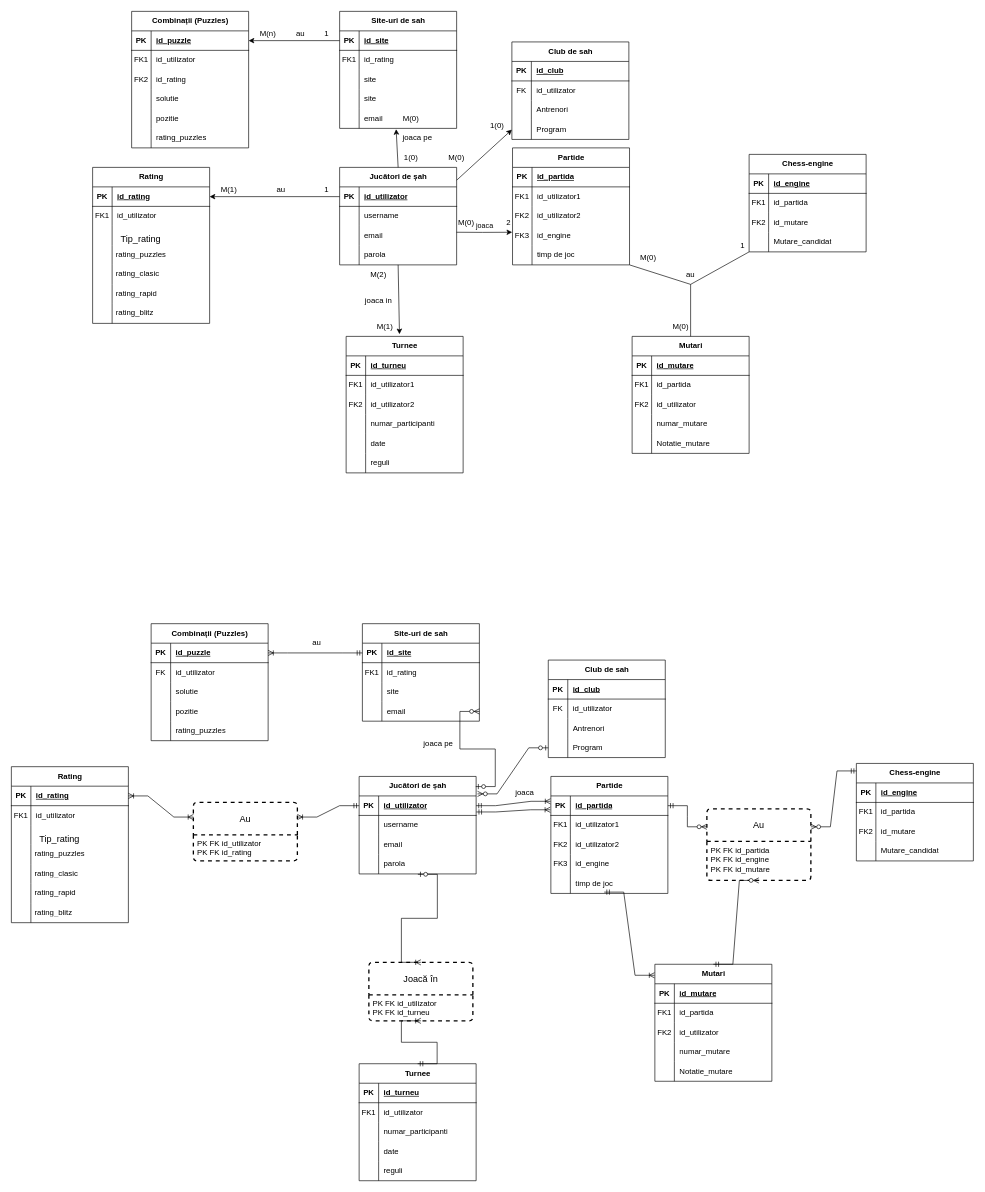
CiprianVlad/facultate keeps this draw.io diagram as Anul1/Semestrul 2/BD/proiect/Sah.drawio. Above is the earlier version. Source tidied: cells renumbered, new cells numbered last; positions are measured from the earlier drawing's top-left corner, leaving out a move shared by most shapes. Both pictures are drawn from the tidied source at 65%, with x=0, y=0 at pixel (11, 11).
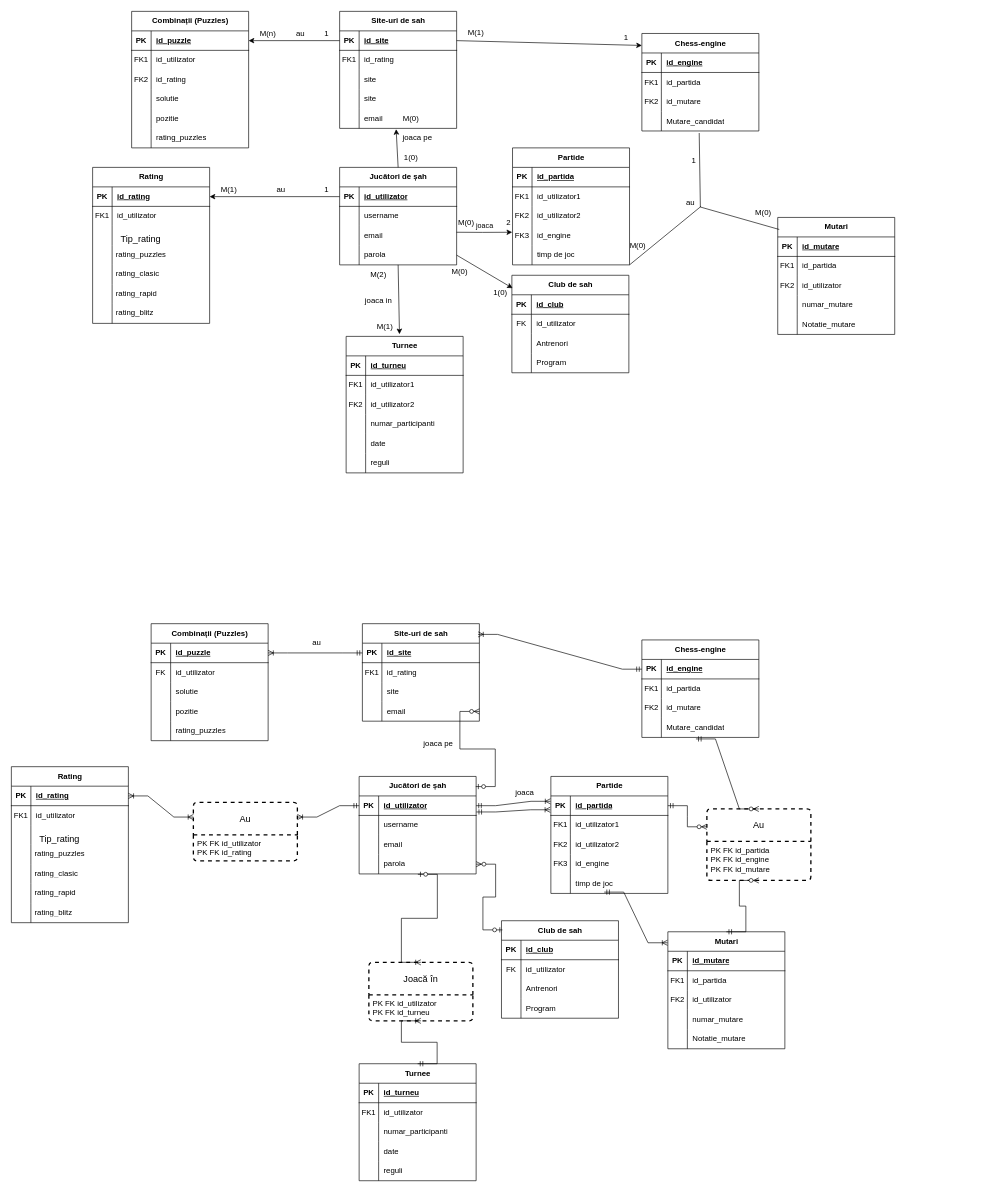
After the change.

Unchanged cells that the change refers to:
```xml
<mxCell id="2" value="Jucători de șah" style="shape=table;startSize=30;childLayout=tableLayout;rowLines=0;fontStyle=1;align=center;html=1;" parent="1" vertex="1">
  <mxGeometry x="505" y="240" width="180" height="150" as="geometry" />
</mxCell>
<mxCell id="12" style="shape=tableRow;horizontal=0;startSize=0;swimlaneHead=0;swimlaneBody=0;fillColor=none;points=[[0,0.5],[1,0.5]];portConstraint=eastwest;top=0;left=0;right=0;bottom=0;" parent="2" vertex="1">
  <mxGeometry y="120" width="180" height="30" as="geometry" />
</mxCell>
<mxCell id="15" value="Partide" style="shape=table;startSize=30;childLayout=tableLayout;rowLines=0;fontStyle=1;align=center;html=1;" parent="1" vertex="1">
  <mxGeometry x="771" y="210" width="180" height="180" as="geometry" />
</mxCell>
<mxCell id="32" style="shape=tableRow;horizontal=0;startSize=0;swimlaneHead=0;swimlaneBody=0;fillColor=none;points=[[0,0.5],[1,0.5]];portConstraint=eastwest;top=0;left=0;right=0;bottom=1;" parent="31" vertex="1">
  <mxGeometry y="30" width="180" height="30" as="geometry" />
</mxCell>
<mxCell id="57" style="shape=tableRow;horizontal=0;startSize=0;swimlaneHead=0;swimlaneBody=0;fillColor=none;points=[[0,0.5],[1,0.5]];portConstraint=eastwest;top=0;left=0;right=0;bottom=0;" parent="47" vertex="1">
  <mxGeometry y="120" width="180" height="30" as="geometry" />
</mxCell>
<mxCell id="159" value="Jucători de șah" style="shape=table;startSize=30;childLayout=tableLayout;rowLines=0;fontStyle=1;align=center;html=1;" parent="1" vertex="1">
  <mxGeometry x="535" y="1177" width="180" height="150" as="geometry" />
</mxCell>
<mxCell id="169" style="shape=tableRow;horizontal=0;startSize=0;swimlaneHead=0;swimlaneBody=0;fillColor=none;points=[[0,0.5],[1,0.5]];portConstraint=eastwest;top=0;left=0;right=0;bottom=0;" parent="159" vertex="1">
  <mxGeometry y="120" width="180" height="30" as="geometry" />
</mxCell>
<mxCell id="188" value="Site-uri de sah" style="shape=table;startSize=30;childLayout=tableLayout;rowLines=0;fontStyle=1;align=center;html=1;" parent="1" vertex="1">
  <mxGeometry x="540" y="942" width="180" height="150" as="geometry" />
</mxCell>
<mxCell id="202" style="shape=tableRow;horizontal=0;startSize=0;swimlaneHead=0;swimlaneBody=0;fillColor=none;points=[[0,0.5],[1,0.5]];portConstraint=eastwest;top=0;left=0;right=0;bottom=1;" parent="201" vertex="1">
  <mxGeometry y="30" width="180" height="30" as="geometry" />
</mxCell>
<mxCell id="211" style="shape=tableRow;horizontal=0;startSize=0;swimlaneHead=0;swimlaneBody=0;fillColor=none;points=[[0,0.5],[1,0.5]];portConstraint=eastwest;top=0;left=0;right=0;bottom=0;" parent="201" vertex="1">
  <mxGeometry y="120" width="180" height="30" as="geometry" />
</mxCell>
<mxCell id="263" value="Au" style="swimlane;horizontal=1;startSize=50;rounded=1;fontSize=14;fontStyle=0;strokeWidth=2;shadow=0;dashed=1;align=center;arcSize=4;whiteSpace=wrap;html=1;" parent="1" vertex="1">
  <mxGeometry x="1070" y="1227" width="160" height="110" as="geometry" />
</mxCell>
<mxCell id="329" style="shape=tableRow;horizontal=0;startSize=0;swimlaneHead=0;swimlaneBody=0;fillColor=none;points=[[0,0.5],[1,0.5]];portConstraint=eastwest;top=0;left=0;right=0;bottom=0;" parent="319" vertex="1">
  <mxGeometry y="120" width="180" height="30" as="geometry" />
</mxCell>
<mxCell id="345" style="shape=tableRow;horizontal=0;startSize=0;swimlaneHead=0;swimlaneBody=0;fillColor=none;points=[[0,0.5],[1,0.5]];portConstraint=eastwest;top=0;left=0;right=0;bottom=0;" parent="335" vertex="1">
  <mxGeometry y="120" width="180" height="30" as="geometry" />
</mxCell>
```

Change to the diagram source:
```diff
@@
     <mxCell id="47" value="Chess-engine" style="shape=table;startSize=30;childLayout=tableLayout;rowLines=0;fontStyle=1;align=center;html=1;" parent="1" vertex="1">
-      <mxGeometry x="1135" y="220" width="180" height="150" as="geometry" />
+      <mxGeometry x="970" y="34" width="180" height="150" as="geometry" />
     </mxCell>
@@
     <mxCell id="60" value="Mutari" style="shape=table;startSize=30;childLayout=tableLayout;rowLines=0;fontStyle=1;align=center;html=1;" parent="1" vertex="1">
-      <mxGeometry x="955" y="500" width="180" height="180" as="geometry" />
+      <mxGeometry x="1179" y="317" width="180" height="180" as="geometry" />
     </mxCell>
@@
-    <mxCell id="136" style="endArrow=none;html=1;rounded=0;" parent="1" edge="1">
+    <mxCell id="136" style="endArrow=none;html=1;rounded=0;entryX=0.49;entryY=1.104;entryDx=0;entryDy=0;entryPerimeter=0;" parent="1" edge="1" target="57">
       <mxGeometry relative="1" as="geometry">
-        <mxPoint x="1045" y="420" as="sourcePoint" />
-        <mxPoint x="1135" y="370" as="targetPoint" />
+        <mxPoint x="1060" y="301" as="sourcePoint" />
       </mxGeometry>
     </mxCell>
     <mxCell id="137" style="endArrow=none;html=1;rounded=0;entryX=1;entryY=1;entryDx=0;entryDy=0;" parent="1" edge="1" target="15">
       <mxGeometry relative="1" as="geometry">
-        <mxPoint x="1045" y="420" as="sourcePoint" />
+        <mxPoint x="1061" y="300" as="sourcePoint" />
       </mxGeometry>
     </mxCell>
-    <mxCell id="138" style="endArrow=none;html=1;rounded=0;exitX=0.5;exitY=0;exitDx=0;exitDy=0;" parent="1" edge="1" source="60">
+    <mxCell id="138" style="endArrow=none;html=1;rounded=0;exitX=0.013;exitY=0.103;exitDx=0;exitDy=0;exitPerimeter=0;" parent="1" edge="1" source="60">
       <mxGeometry relative="1" as="geometry">
-        <mxPoint x="1045" y="420" as="targetPoint" />
+        <mxPoint x="1060" y="301" as="targetPoint" />
       </mxGeometry>
     </mxCell>
     <mxCell id="139" value="au" style="text;html=1;align=center;verticalAlign=middle;whiteSpace=wrap;rounded=0;" parent="1" vertex="1">
-      <mxGeometry x="1015" y="390" width="60" height="30" as="geometry" />
+      <mxGeometry x="1015" y="280" width="60" height="30" as="geometry" />
     </mxCell>
@@
     <mxCell id="201" value="Chess-engine" style="shape=table;startSize=30;childLayout=tableLayout;rowLines=0;fontStyle=1;align=center;html=1;" parent="1" vertex="1">
-      <mxGeometry x="1300" y="1157" width="180" height="150" as="geometry" />
+      <mxGeometry x="970" y="967" width="180" height="150" as="geometry" />
     </mxCell>
@@
     <mxCell id="214" value="Mutari" style="shape=table;startSize=30;childLayout=tableLayout;rowLines=0;fontStyle=1;align=center;html=1;" parent="1" vertex="1">
-      <mxGeometry x="990" y="1466" width="180" height="180" as="geometry" />
+      <mxGeometry x="1010" y="1416" width="180" height="180" as="geometry" />
     </mxCell>
@@
     <mxCell id="303" value="M(0)" style="text;html=1;align=center;verticalAlign=middle;whiteSpace=wrap;rounded=0;" parent="1" vertex="1">
-      <mxGeometry x="950" y="364" width="60" height="30" as="geometry" />
+      <mxGeometry x="934" y="345" width="60" height="30" as="geometry" />
     </mxCell>
-    <mxCell id="304" style="edgeStyle=entityRelationEdgeStyle;fontSize=12;html=1;endArrow=ERzeroToMany;startArrow=ERmandOne;rounded=0;exitX=0.001;exitY=0.077;exitDx=0;exitDy=0;exitPerimeter=0;entryX=1;entryY=0.25;entryDx=0;entryDy=0;" parent="1" edge="1" source="201" target="263">
+    <mxCell id="304" style="edgeStyle=entityRelationEdgeStyle;fontSize=12;html=1;endArrow=ERzeroToMany;startArrow=ERmandOne;rounded=0;exitX=0.462;exitY=1.077;exitDx=0;exitDy=0;exitPerimeter=0;entryX=0.5;entryY=0;entryDx=0;entryDy=0;" parent="1" edge="1" source="211" target="263">
       <mxGeometry relative="1" as="geometry" />
     </mxCell>
     <mxCell id="305" value="M(0)" style="text;html=1;align=center;verticalAlign=middle;whiteSpace=wrap;rounded=0;" parent="1" vertex="1">
-      <mxGeometry x="1000" y="470" width="60" height="30" as="geometry" />
+      <mxGeometry x="1127" y="295" width="60" height="30" as="geometry" />
     </mxCell>
     <mxCell id="306" value="1" style="text;html=1;align=center;verticalAlign=middle;whiteSpace=wrap;rounded=0;" parent="1" vertex="1">
-      <mxGeometry x="1105" y="345" width="40" height="30" as="geometry" />
+      <mxGeometry x="1030" y="215" width="40" height="30" as="geometry" />
     </mxCell>
@@
     <mxCell id="319" value="Club de sah" style="shape=table;startSize=30;childLayout=tableLayout;rowLines=0;fontStyle=1;align=center;html=1;" parent="1" vertex="1">
-      <mxGeometry x="770" y="47" width="180" height="150" as="geometry" />
+      <mxGeometry x="770" y="406" width="180" height="150" as="geometry" />
     </mxCell>
@@
-    <mxCell id="332" style="endArrow=classic;html=1;rounded=0;entryX=0;entryY=0.5;entryDx=0;entryDy=0;exitX=1.001;exitY=0.131;exitDx=0;exitDy=0;exitPerimeter=0;" parent="1" edge="1" source="2" target="329">
+    <mxCell id="332" style="endArrow=classic;html=1;rounded=0;entryX=0.006;entryY=0.132;entryDx=0;entryDy=0;exitX=1;exitY=0.5;exitDx=0;exitDy=0;entryPerimeter=0;" parent="1" edge="1" source="12" target="319">
       <mxGeometry relative="1" as="geometry" />
     </mxCell>
     <mxCell id="333" value="M(0)" style="text;html=1;align=center;verticalAlign=middle;whiteSpace=wrap;rounded=0;" parent="1" vertex="1">
-      <mxGeometry x="655" y="210" width="60" height="30" as="geometry" />
+      <mxGeometry x="660" y="386" width="60" height="30" as="geometry" />
     </mxCell>
     <mxCell id="334" value="1(0)" style="text;html=1;align=center;verticalAlign=middle;strokeColor=none;fillColor=none;" parent="1" vertex="1">
-      <mxGeometry x="727" y="163" width="39" height="26" as="geometry" />
+      <mxGeometry x="732" y="420" width="39" height="26" as="geometry" />
     </mxCell>
     <mxCell id="335" value="Club de sah" style="shape=table;startSize=30;childLayout=tableLayout;rowLines=0;fontStyle=1;align=center;html=1;" parent="1" vertex="1">
-      <mxGeometry x="826" y="998" width="180" height="150" as="geometry" />
+      <mxGeometry x="754" y="1399" width="180" height="150" as="geometry" />
     </mxCell>
@@
-    <mxCell id="348" style="edgeStyle=entityRelationEdgeStyle;fontSize=12;html=1;endArrow=ERzeroToMany;startArrow=ERzeroToOne;rounded=0;entryX=1.012;entryY=0.179;entryDx=0;entryDy=0;entryPerimeter=0;exitX=0;exitY=0.5;exitDx=0;exitDy=0;" parent="1" edge="1" source="345" target="159">
+    <mxCell id="348" style="edgeStyle=entityRelationEdgeStyle;fontSize=12;html=1;endArrow=ERzeroToMany;startArrow=ERzeroToOne;rounded=0;entryX=1;entryY=0.5;entryDx=0;entryDy=0;exitX=0.008;exitY=0.094;exitDx=0;exitDy=0;exitPerimeter=0;" parent="1" edge="1" source="335" target="169">
       <mxGeometry relative="1" as="geometry" />
     </mxCell>
+    <mxCell id="349" style="endArrow=classic;html=1;rounded=0;entryX=0;entryY=0.123;entryDx=0;entryDy=0;entryPerimeter=0;exitX=1;exitY=0.5;exitDx=0;exitDy=0;" parent="1" edge="1" source="32" target="47">
+      <mxGeometry relative="1" as="geometry" />
+    </mxCell>
+    <mxCell id="350" value="M(1)" style="text;html=1;align=center;verticalAlign=middle;whiteSpace=wrap;rounded=0;" parent="1" vertex="1">
+      <mxGeometry x="685" y="18" width="60" height="30" as="geometry" />
+    </mxCell>
+    <mxCell id="351" value="1" style="text;html=1;align=center;verticalAlign=middle;whiteSpace=wrap;rounded=0;" parent="1" vertex="1">
+      <mxGeometry x="916" y="26" width="60" height="30" as="geometry" />
+    </mxCell>
+    <mxCell id="352" style="edgeStyle=entityRelationEdgeStyle;fontSize=12;html=1;endArrow=ERoneToMany;startArrow=ERmandOne;rounded=0;entryX=0.989;entryY=0.11;entryDx=0;entryDy=0;entryPerimeter=0;exitX=0;exitY=0.5;exitDx=0;exitDy=0;" parent="1" edge="1" source="202" target="188">
+      <mxGeometry relative="1" as="geometry" />
+    </mxCell>
```
